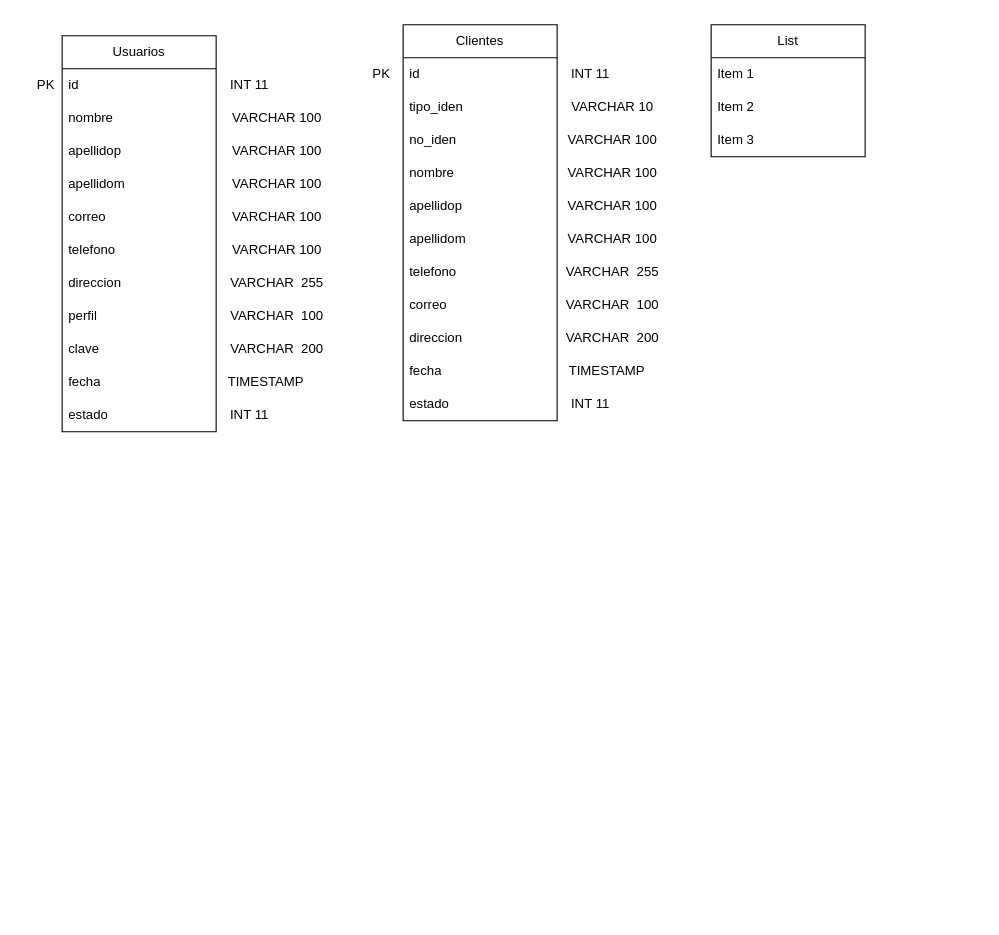
This is page "Página-2" (2 of 2) of Proyecto_Desarrollo.drawio from Memo231823/ProyectoP, a draw.io file, before an edit. Source tidied: cells renumbered, new cells numbered last; positions are measured from the earlier drawing's top-left corner, leaving out a move shared by most shapes. Both pictures are drawn from the tidied source at 110%, with x=0, y=0 at pixel (23, 24).
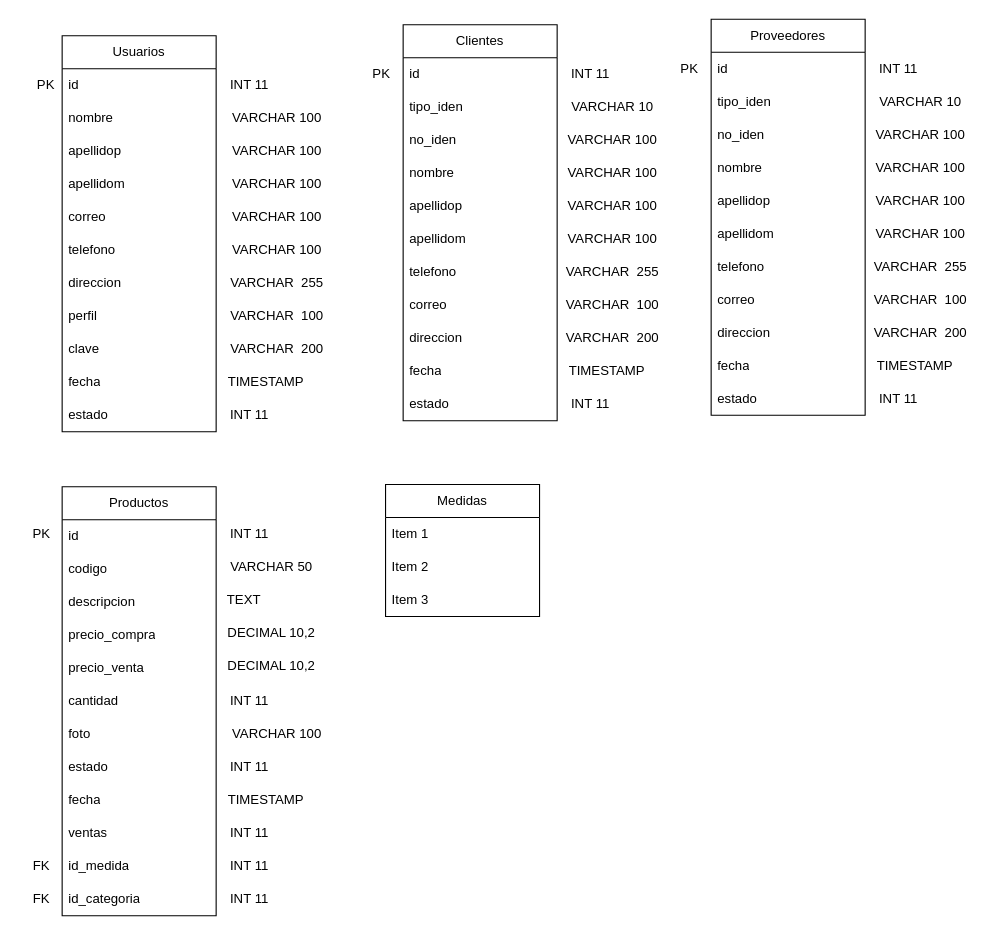
Above is the later version.

Change to the diagram source:
```diff
@@
-    <mxCell id="50" value="List" style="swimlane;fontStyle=0;horizontal=1;startSize=30;whiteSpace=wrap;html=1;" parent="1" vertex="1">
-      <mxGeometry x="625" width="140" height="120" as="geometry" />
-    </mxCell>
+    <mxCell id="54" value="Proveedores" style="swimlane;fontStyle=0;horizontal=1;startSize=30;whiteSpace=wrap;html=1;" parent="1" vertex="1">
+      <mxGeometry x="625" y="-5" width="140" height="360" as="geometry" />
+    </mxCell>
+    <mxCell id="55" value="id" style="text;strokeColor=none;fillColor=none;align=left;verticalAlign=middle;spacingLeft=4;spacingRight=4;overflow=hidden;whiteSpace=wrap;html=1;" parent="54" vertex="1">
+      <mxGeometry y="30" width="140" height="30" as="geometry" />
+    </mxCell>
+    <mxCell id="56" value="tipo_iden" style="text;strokeColor=none;fillColor=none;align=left;verticalAlign=middle;spacingLeft=4;spacingRight=4;overflow=hidden;whiteSpace=wrap;html=1;" parent="54" vertex="1">
+      <mxGeometry y="60" width="140" height="30" as="geometry" />
+    </mxCell>
+    <mxCell id="57" value="no_iden" style="text;strokeColor=none;fillColor=none;align=left;verticalAlign=middle;spacingLeft=4;spacingRight=4;overflow=hidden;whiteSpace=wrap;html=1;" parent="54" vertex="1">
+      <mxGeometry y="90" width="140" height="30" as="geometry" />
+    </mxCell>
+    <mxCell id="58" value="nombre" style="text;strokeColor=none;fillColor=none;align=left;verticalAlign=middle;spacingLeft=4;spacingRight=4;overflow=hidden;whiteSpace=wrap;html=1;" parent="54" vertex="1">
+      <mxGeometry y="120" width="140" height="30" as="geometry" />
+    </mxCell>
+    <mxCell id="59" value="apellidop" style="text;strokeColor=none;fillColor=none;align=left;verticalAlign=middle;spacingLeft=4;spacingRight=4;overflow=hidden;whiteSpace=wrap;html=1;" parent="54" vertex="1">
+      <mxGeometry y="150" width="140" height="30" as="geometry" />
+    </mxCell>
+    <mxCell id="60" value="apellidom" style="text;strokeColor=none;fillColor=none;align=left;verticalAlign=middle;spacingLeft=4;spacingRight=4;overflow=hidden;whiteSpace=wrap;html=1;" parent="54" vertex="1">
+      <mxGeometry y="180" width="140" height="30" as="geometry" />
+    </mxCell>
+    <mxCell id="61" value="telefono" style="text;strokeColor=none;fillColor=none;align=left;verticalAlign=middle;spacingLeft=4;spacingRight=4;overflow=hidden;whiteSpace=wrap;html=1;" parent="54" vertex="1">
+      <mxGeometry y="210" width="140" height="30" as="geometry" />
+    </mxCell>
+    <mxCell id="62" value="correo" style="text;strokeColor=none;fillColor=none;align=left;verticalAlign=middle;spacingLeft=4;spacingRight=4;overflow=hidden;whiteSpace=wrap;html=1;" parent="54" vertex="1">
+      <mxGeometry y="240" width="140" height="30" as="geometry" />
+    </mxCell>
+    <mxCell id="63" value="direccion" style="text;strokeColor=none;fillColor=none;align=left;verticalAlign=middle;spacingLeft=4;spacingRight=4;overflow=hidden;whiteSpace=wrap;html=1;" parent="54" vertex="1">
+      <mxGeometry y="270" width="140" height="30" as="geometry" />
+    </mxCell>
+    <mxCell id="64" value="fecha" style="text;strokeColor=none;fillColor=none;align=left;verticalAlign=middle;spacingLeft=4;spacingRight=4;overflow=hidden;whiteSpace=wrap;html=1;" parent="54" vertex="1">
+      <mxGeometry y="300" width="140" height="30" as="geometry" />
+    </mxCell>
+    <mxCell id="65" value="estado" style="text;strokeColor=none;fillColor=none;align=left;verticalAlign=middle;spacingLeft=4;spacingRight=4;overflow=hidden;whiteSpace=wrap;html=1;" parent="54" vertex="1">
+      <mxGeometry y="330" width="140" height="30" as="geometry" />
+    </mxCell>
+    <mxCell id="66" value="PK" style="text;html=1;align=center;verticalAlign=middle;strokeColor=none;fillColor=none;" parent="1" vertex="1">
+      <mxGeometry x="585" y="25" width="40" height="30" as="geometry" />
+    </mxCell>
+    <mxCell id="67" value="VARCHAR 10" style="text;html=1;align=center;verticalAlign=middle;strokeColor=none;fillColor=none;" parent="1" vertex="1">
+      <mxGeometry x="765" y="55" width="100" height="30" as="geometry" />
+    </mxCell>
+    <mxCell id="68" value="VARCHAR 100" style="text;html=1;align=center;verticalAlign=middle;strokeColor=none;fillColor=none;" parent="1" vertex="1">
+      <mxGeometry x="760" y="85" width="110" height="30" as="geometry" />
+    </mxCell>
+    <mxCell id="69" value="VARCHAR 100" style="text;html=1;align=center;verticalAlign=middle;strokeColor=none;fillColor=none;" parent="1" vertex="1">
+      <mxGeometry x="760" y="115" width="110" height="30" as="geometry" />
+    </mxCell>
+    <mxCell id="70" value="VARCHAR 100" style="text;html=1;align=center;verticalAlign=middle;strokeColor=none;fillColor=none;" parent="1" vertex="1">
+      <mxGeometry x="760" y="145" width="110" height="30" as="geometry" />
+    </mxCell>
+    <mxCell id="71" value="VARCHAR 100" style="text;html=1;align=center;verticalAlign=middle;strokeColor=none;fillColor=none;" parent="1" vertex="1">
+      <mxGeometry x="760" y="175" width="110" height="30" as="geometry" />
+    </mxCell>
+    <mxCell id="72" value="VARCHAR&amp;nbsp; 255" style="text;html=1;align=center;verticalAlign=middle;strokeColor=none;fillColor=none;" parent="1" vertex="1">
+      <mxGeometry x="760" y="205" width="110" height="30" as="geometry" />
+    </mxCell>
+    <mxCell id="73" value="VARCHAR&amp;nbsp; 100" style="text;html=1;align=center;verticalAlign=middle;strokeColor=none;fillColor=none;" parent="1" vertex="1">
+      <mxGeometry x="760" y="235" width="110" height="30" as="geometry" />
+    </mxCell>
+    <mxCell id="74" value="VARCHAR&amp;nbsp; 200" style="text;html=1;align=center;verticalAlign=middle;strokeColor=none;fillColor=none;" parent="1" vertex="1">
+      <mxGeometry x="760" y="265" width="110" height="30" as="geometry" />
+    </mxCell>
+    <mxCell id="75" value="TIMESTAMP" style="text;html=1;align=center;verticalAlign=middle;strokeColor=none;fillColor=none;" parent="1" vertex="1">
+      <mxGeometry x="765" y="295" width="90" height="30" as="geometry" />
+    </mxCell>
+    <mxCell id="76" value="INT 11" style="text;html=1;align=center;verticalAlign=middle;strokeColor=none;fillColor=none;" parent="1" vertex="1">
+      <mxGeometry x="765" y="325" width="60" height="30" as="geometry" />
+    </mxCell>
+    <mxCell id="77" value="INT 11" style="text;html=1;align=center;verticalAlign=middle;strokeColor=none;fillColor=none;" parent="1" vertex="1">
+      <mxGeometry x="765" y="25" width="60" height="30" as="geometry" />
+    </mxCell>
+    <mxCell id="78" value="Productos" style="swimlane;fontStyle=0;horizontal=1;startSize=30;whiteSpace=wrap;html=1;" parent="1" vertex="1">
+      <mxGeometry x="35" y="420" width="140" height="390" as="geometry" />
+    </mxCell>
+    <mxCell id="79" value="id" style="text;strokeColor=none;fillColor=none;align=left;verticalAlign=middle;spacingLeft=4;spacingRight=4;overflow=hidden;whiteSpace=wrap;html=1;" parent="78" vertex="1">
+      <mxGeometry y="30" width="140" height="30" as="geometry" />
+    </mxCell>
+    <mxCell id="80" value="codigo" style="text;strokeColor=none;fillColor=none;align=left;verticalAlign=middle;spacingLeft=4;spacingRight=4;overflow=hidden;whiteSpace=wrap;html=1;" parent="78" vertex="1">
+      <mxGeometry y="60" width="140" height="30" as="geometry" />
+    </mxCell>
+    <mxCell id="81" value="descripcion" style="text;strokeColor=none;fillColor=none;align=left;verticalAlign=middle;spacingLeft=4;spacingRight=4;overflow=hidden;whiteSpace=wrap;html=1;" parent="78" vertex="1">
+      <mxGeometry y="90" width="140" height="30" as="geometry" />
+    </mxCell>
+    <mxCell id="82" value="precio_compra" style="text;strokeColor=none;fillColor=none;align=left;verticalAlign=middle;spacingLeft=4;spacingRight=4;overflow=hidden;whiteSpace=wrap;html=1;" parent="78" vertex="1">
+      <mxGeometry y="120" width="140" height="30" as="geometry" />
+    </mxCell>
+    <mxCell id="83" value="precio_venta" style="text;strokeColor=none;fillColor=none;align=left;verticalAlign=middle;spacingLeft=4;spacingRight=4;overflow=hidden;whiteSpace=wrap;html=1;" parent="78" vertex="1">
+      <mxGeometry y="150" width="140" height="30" as="geometry" />
+    </mxCell>
+    <mxCell id="84" value="cantidad" style="text;strokeColor=none;fillColor=none;align=left;verticalAlign=middle;spacingLeft=4;spacingRight=4;overflow=hidden;whiteSpace=wrap;html=1;" parent="78" vertex="1">
+      <mxGeometry y="180" width="140" height="30" as="geometry" />
+    </mxCell>
+    <mxCell id="85" value="foto" style="text;strokeColor=none;fillColor=none;align=left;verticalAlign=middle;spacingLeft=4;spacingRight=4;overflow=hidden;whiteSpace=wrap;html=1;" parent="78" vertex="1">
+      <mxGeometry y="210" width="140" height="30" as="geometry" />
+    </mxCell>
+    <mxCell id="86" value="estado" style="text;strokeColor=none;fillColor=none;align=left;verticalAlign=middle;spacingLeft=4;spacingRight=4;overflow=hidden;whiteSpace=wrap;html=1;" parent="78" vertex="1">
+      <mxGeometry y="240" width="140" height="30" as="geometry" />
+    </mxCell>
+    <mxCell id="87" value="fecha" style="text;strokeColor=none;fillColor=none;align=left;verticalAlign=middle;spacingLeft=4;spacingRight=4;overflow=hidden;whiteSpace=wrap;html=1;" parent="78" vertex="1">
+      <mxGeometry y="270" width="140" height="30" as="geometry" />
+    </mxCell>
+    <mxCell id="88" value="ventas" style="text;strokeColor=none;fillColor=none;align=left;verticalAlign=middle;spacingLeft=4;spacingRight=4;overflow=hidden;whiteSpace=wrap;html=1;" parent="78" vertex="1">
+      <mxGeometry y="300" width="140" height="30" as="geometry" />
+    </mxCell>
+    <mxCell id="89" value="id_medida" style="text;strokeColor=none;fillColor=none;align=left;verticalAlign=middle;spacingLeft=4;spacingRight=4;overflow=hidden;whiteSpace=wrap;html=1;" parent="78" vertex="1">
+      <mxGeometry y="330" width="140" height="30" as="geometry" />
+    </mxCell>
+    <mxCell id="90" value="id_categoria" style="text;strokeColor=none;fillColor=none;align=left;verticalAlign=middle;spacingLeft=4;spacingRight=4;overflow=hidden;whiteSpace=wrap;html=1;" parent="78" vertex="1">
+      <mxGeometry y="360" width="140" height="30" as="geometry" />
+    </mxCell>
+    <mxCell id="91" value="PK" style="text;html=1;align=center;verticalAlign=middle;strokeColor=none;fillColor=none;" parent="1" vertex="1">
+      <mxGeometry x="-4" y="448" width="40" height="30" as="geometry" />
+    </mxCell>
+    <mxCell id="92" value="INT 11" style="text;html=1;align=center;verticalAlign=middle;strokeColor=none;fillColor=none;" parent="1" vertex="1">
+      <mxGeometry x="175" y="448" width="60" height="30" as="geometry" />
+    </mxCell>
+    <mxCell id="93" value="VARCHAR 50" style="text;html=1;align=center;verticalAlign=middle;strokeColor=none;fillColor=none;" parent="1" vertex="1">
+      <mxGeometry x="175" y="478" width="100" height="30" as="geometry" />
+    </mxCell>
+    <mxCell id="94" value="TEXT" style="text;html=1;align=center;verticalAlign=middle;strokeColor=none;fillColor=none;" parent="1" vertex="1">
+      <mxGeometry x="175" y="508" width="50" height="30" as="geometry" />
+    </mxCell>
+    <mxCell id="95" value="DECIMAL 10,2" style="text;html=1;align=center;verticalAlign=middle;strokeColor=none;fillColor=none;" parent="1" vertex="1">
+      <mxGeometry x="175" y="538" width="100" height="30" as="geometry" />
+    </mxCell>
+    <mxCell id="96" value="DECIMAL 10,2" style="text;html=1;align=center;verticalAlign=middle;strokeColor=none;fillColor=none;" parent="1" vertex="1">
+      <mxGeometry x="175" y="568" width="100" height="30" as="geometry" />
+    </mxCell>
+    <mxCell id="97" value="INT 11" style="text;html=1;align=center;verticalAlign=middle;strokeColor=none;fillColor=none;" parent="1" vertex="1">
+      <mxGeometry x="175" y="600" width="60" height="30" as="geometry" />
+    </mxCell>
+    <mxCell id="98" value="VARCHAR 100" style="text;html=1;align=center;verticalAlign=middle;strokeColor=none;fillColor=none;" parent="1" vertex="1">
+      <mxGeometry x="175" y="630" width="110" height="30" as="geometry" />
+    </mxCell>
+    <mxCell id="99" value="INT 11" style="text;html=1;align=center;verticalAlign=middle;strokeColor=none;fillColor=none;" parent="1" vertex="1">
+      <mxGeometry x="175" y="660" width="60" height="30" as="geometry" />
+    </mxCell>
+    <mxCell id="100" value="TIMESTAMP" style="text;html=1;align=center;verticalAlign=middle;strokeColor=none;fillColor=none;" parent="1" vertex="1">
+      <mxGeometry x="175" y="690" width="90" height="30" as="geometry" />
+    </mxCell>
+    <mxCell id="101" value="INT 11" style="text;html=1;align=center;verticalAlign=middle;strokeColor=none;fillColor=none;" parent="1" vertex="1">
+      <mxGeometry x="175" y="720" width="60" height="30" as="geometry" />
+    </mxCell>
+    <mxCell id="102" value="INT 11" style="text;html=1;align=center;verticalAlign=middle;strokeColor=none;fillColor=none;" parent="1" vertex="1">
+      <mxGeometry x="175" y="750" width="60" height="30" as="geometry" />
+    </mxCell>
+    <mxCell id="103" value="INT 11" style="text;html=1;align=center;verticalAlign=middle;strokeColor=none;fillColor=none;" parent="1" vertex="1">
+      <mxGeometry x="175" y="780" width="60" height="30" as="geometry" />
+    </mxCell>
+    <mxCell id="104" value="FK" style="text;html=1;align=center;verticalAlign=middle;strokeColor=none;fillColor=none;" parent="1" vertex="1">
+      <mxGeometry x="-4" y="750" width="40" height="30" as="geometry" />
+    </mxCell>
+    <mxCell id="105" value="FK" style="text;html=1;align=center;verticalAlign=middle;strokeColor=none;fillColor=none;" parent="1" vertex="1">
+      <mxGeometry x="-4" y="780" width="40" height="30" as="geometry" />
+    </mxCell>
+    <mxCell id="106" value="Medidas" style="swimlane;fontStyle=0;horizontal=1;startSize=30;whiteSpace=wrap;html=1;" parent="1" vertex="1">
+      <mxGeometry x="329" y="418" width="140" height="120" as="geometry" />
+    </mxCell>
-    <mxCell id="51" value="Item 1" style="text;strokeColor=none;fillColor=none;align=left;verticalAlign=middle;spacingLeft=4;spacingRight=4;overflow=hidden;whiteSpace=wrap;html=1;" parent="50" vertex="1">
+    <mxCell id="51" value="Item 1" style="text;strokeColor=none;fillColor=none;align=left;verticalAlign=middle;spacingLeft=4;spacingRight=4;overflow=hidden;whiteSpace=wrap;html=1;" parent="106" vertex="1">
       <mxGeometry y="30" width="140" height="30" as="geometry" />
     </mxCell>
-    <mxCell id="52" value="Item 2" style="text;strokeColor=none;fillColor=none;align=left;verticalAlign=middle;spacingLeft=4;spacingRight=4;overflow=hidden;whiteSpace=wrap;html=1;" parent="50" vertex="1">
+    <mxCell id="52" value="Item 2" style="text;strokeColor=none;fillColor=none;align=left;verticalAlign=middle;spacingLeft=4;spacingRight=4;overflow=hidden;whiteSpace=wrap;html=1;" parent="106" vertex="1">
       <mxGeometry y="60" width="140" height="30" as="geometry" />
     </mxCell>
-    <mxCell id="53" value="Item 3" style="text;strokeColor=none;fillColor=none;align=left;verticalAlign=middle;spacingLeft=4;spacingRight=4;overflow=hidden;whiteSpace=wrap;html=1;" parent="50" vertex="1">
+    <mxCell id="53" value="Item 3" style="text;strokeColor=none;fillColor=none;align=left;verticalAlign=middle;spacingLeft=4;spacingRight=4;overflow=hidden;whiteSpace=wrap;html=1;" parent="106" vertex="1">
       <mxGeometry y="90" width="140" height="30" as="geometry" />
     </mxCell>
```
